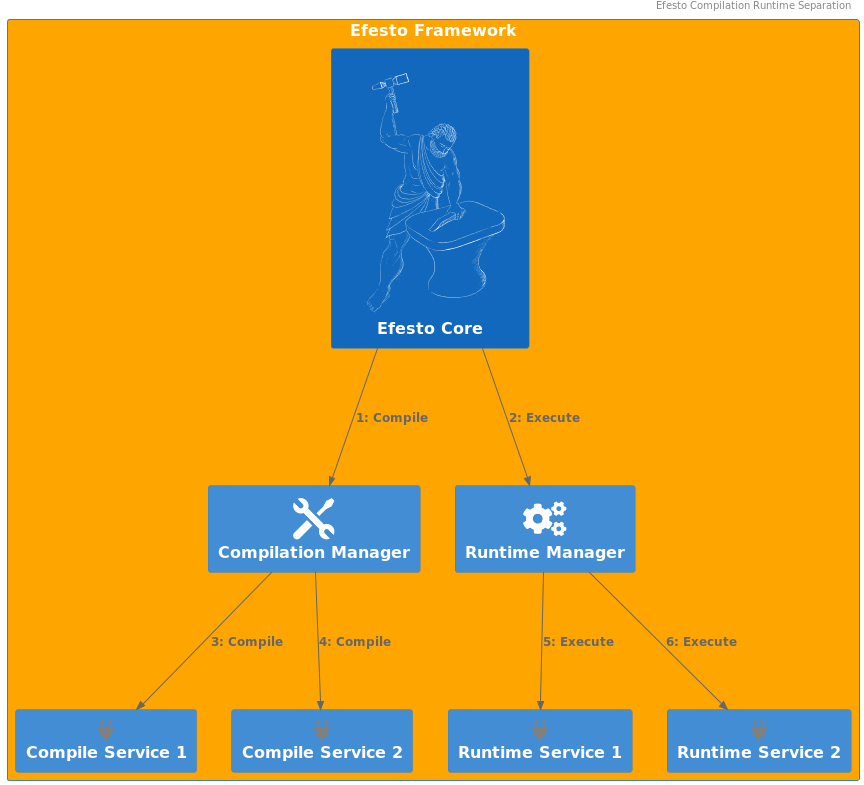
Earlier version of the PlantUML export efesto/documentation/images/efestocompilationruntimeseparation.png (ITINordic/drools). The source it was exported from:
```plantuml
@startuml efestocompilationruntimeseparation
header Efesto Compilation Runtime Separation
!include https://raw.githubusercontent.com/plantuml-stdlib/C4-PlantUML/master/C4_Container.puml
!include https://raw.githubusercontent.com/plantuml-stdlib/C4-PlantUML/master/C4_Dynamic.puml
!include <tupadr3/devicons2/chrome>
!include <tupadr3/devicons2/java>
!include <tupadr3/devicons2/postgresql>
!include <tupadr3/devicons2/nginx_original>
!include <tupadr3/devicons2/react_original>
!include <tupadr3/devicons2/android>
!include <tupadr3/devicons2/groovy>
!include <tupadr3/material/queue>
!include <tupadr3/material/mail>
!include <tupadr3/devicons2/dot_net_wordmark>
!include <tupadr3/devicons2/oracle_original>
!include <tupadr3/font-awesome-5/plug>
!include <tupadr3/govicons/tools>
!include <tupadr3/font-awesome-5/cogs>
!include <office/Concepts/web_services>
!include puml_images/Images.puml

HIDE_STEREOTYPE()
SHOW_PERSON_PORTRAIT()

System(EfestoFramework, "Efesto Framework", $tags="efesto_framework_style") {
    AddElementTag("efesto_framework_style", $bgColor="orange")
    AddElementTag("efesto_plugin_style", $sprite="plug,scale=0.5,color=gray")
    System(EfestoCore,"Efesto Core", $sprite="efesto")
    Container(CompilationManager,"Compilation Manager","",$sprite="tools")
    Container(RuntimeManager,"Runtime Manager","",$sprite="cogs")
    Rel_D(EfestoCore,CompilationManager,"Compile","")
    Rel_D(EfestoCore,RuntimeManager,"Execute","")
    Container(CompileService_1,"Compile Service 1","", $tags="efesto_plugin_style")
    Container(CompileService_2,"Compile Service 2","", $tags="efesto_plugin_style")
    Container(RuntimeService_1,"Runtime Service 1","", $tags="efesto_plugin_style")
    Container(RuntimeService_2,"Runtime Service 2","", $tags="efesto_plugin_style")
    Rel_D(CompilationManager,CompileService_1,"Compile","")
    Rel_D(CompilationManager,CompileService_2,"Compile","")
    Rel_D(RuntimeManager,RuntimeService_1,"Execute","")
    Rel_D(RuntimeManager,RuntimeService_2,"Execute","")
}




@enduml
```
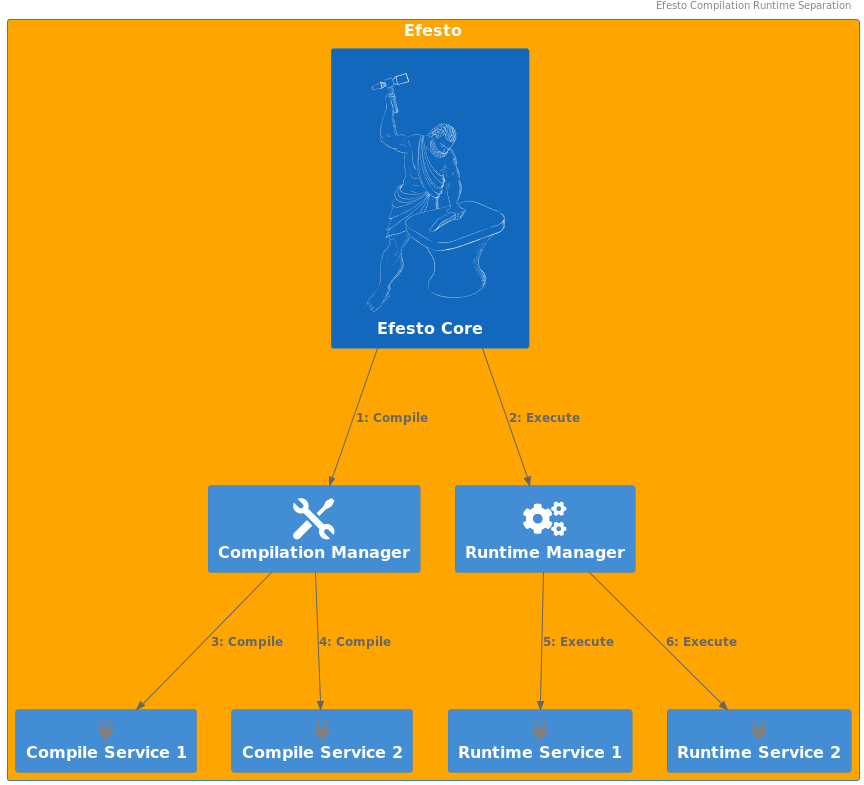
Later version of the same file.

Commit message:
[images_efesto_post_1] Updating images (#4569)

The edit, as a diff of the source:
```diff
@@ -22,7 +22,7 @@
 HIDE_STEREOTYPE()
 SHOW_PERSON_PORTRAIT()
 
-System(EfestoFramework, "Efesto Framework", $tags="efesto_framework_style") {
+System(EfestoFramework, "Efesto", $tags="efesto_framework_style") {
     AddElementTag("efesto_framework_style", $bgColor="orange")
     AddElementTag("efesto_plugin_style", $sprite="plug,scale=0.5,color=gray")
     System(EfestoCore,"Efesto Core", $sprite="efesto")
```
